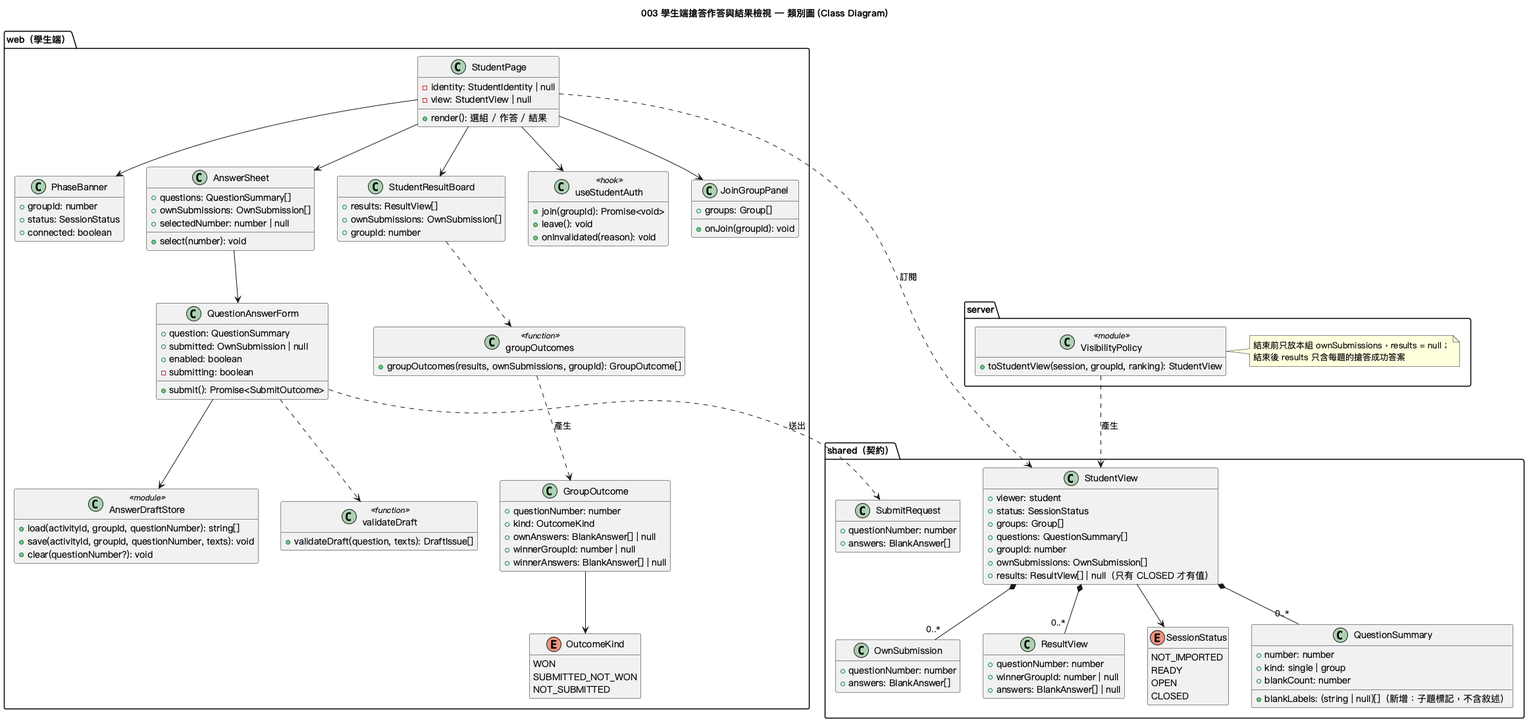
The PlantUML diagram diagrams/003-student-quiz-participation-class.png in kevin20694569/classroom_response_system, before a commit.
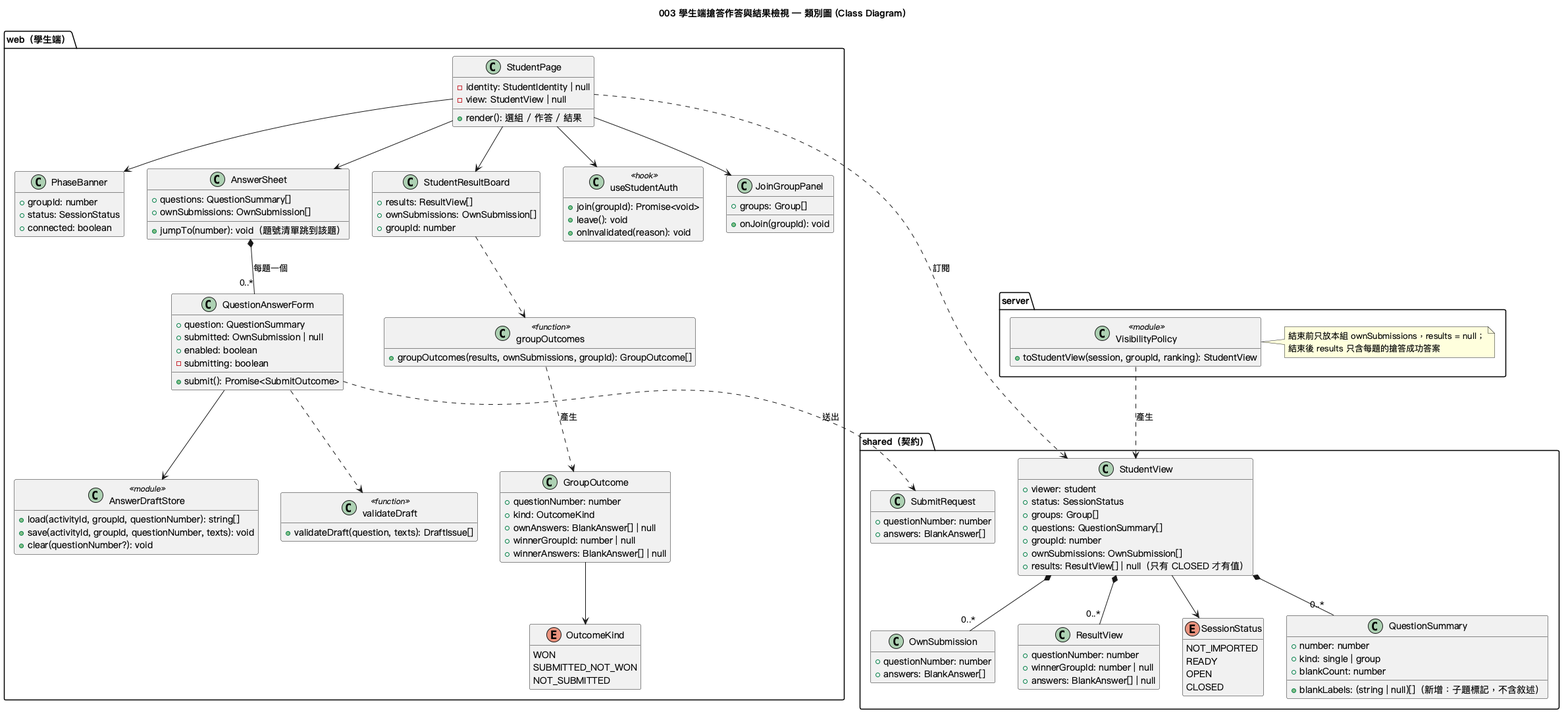
Later version of the same file.

Diff of the diagram source:
```diff
@@ -78,8 +78,7 @@
   class AnswerSheet {
     +questions: QuestionSummary[]
     +ownSubmissions: OwnSubmission[]
-    +selectedNumber: number | null
-    +select(number): void
+    +jumpTo(number): void（題號清單跳到該題）
   }
   class QuestionAnswerForm {
     +question: QuestionSummary
@@ -122,7 +121,7 @@
   StudentPage --> PhaseBanner
   StudentPage --> AnswerSheet
   StudentPage --> StudentResultBoard
-  AnswerSheet --> QuestionAnswerForm
+  AnswerSheet *-- "0..*" QuestionAnswerForm : 每題一個
   QuestionAnswerForm --> AnswerDraftStore
   QuestionAnswerForm ..> validateDraft
   QuestionAnswerForm ..> SubmitRequest : 送出
```
